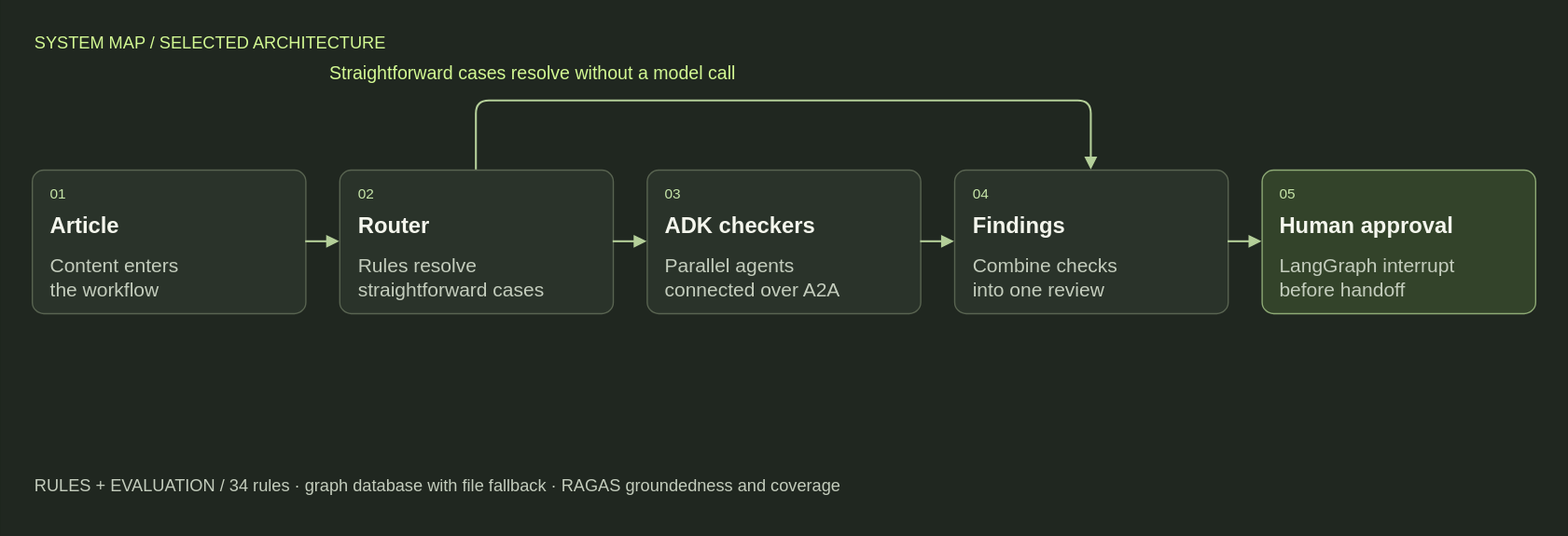
This is images/agents/review-technical.svg from youngfreezy/youngfreezy.github.io, a draw.io export, as it was before one commit. Source tidied: cells renumbered, new cells last; positions are measured from the earlier drawing's top-left corner, leaving out a move shared by most shapes. Its diagram source:
```xml
<mxGraphModel background="#202720">
  <root>
    <mxCell id="0" />
    <mxCell id="1" parent="0" />
    <mxCell id="2" style="html=1;fontFamily=Helvetica;fontColor=#f4f6ed;strokeColor=none;fillColor=#202720;" parent="1" vertex="1">
      <mxGeometry width="1200" height="410" as="geometry" />
    </mxCell>
    <mxCell id="3" value="SYSTEM MAP  /  SELECTED ARCHITECTURE" style="html=1;fontFamily=Helvetica;fontColor=#f4f6ed;text;whiteSpace=wrap;strokeColor=none;fillColor=none;align=left;verticalAlign=middle;fontSize=13;fontColor=#d3f993;fontStyle=0;" parent="1" vertex="1">
      <mxGeometry x="24" y="18" width="1152" height="28" as="geometry" />
    </mxCell>
    <mxCell id="4" style="html=1;fontFamily=Helvetica;fontColor=#f4f6ed;rounded=1;arcSize=8;fillColor=#2a332a;strokeColor=#596451;strokeWidth=1;" parent="1" vertex="1">
      <mxGeometry x="24" y="130" width="209.6" height="110" as="geometry" />
    </mxCell>
    <mxCell id="5" value="01" style="html=1;fontFamily=Helvetica;fontColor=#f4f6ed;text;whiteSpace=wrap;strokeColor=none;fillColor=none;align=left;verticalAlign=middle;fontSize=11;fontColor=#c7e6a9;fontStyle=0;" parent="4" vertex="1">
      <mxGeometry x="12" y="8" width="30" height="20" as="geometry" />
    </mxCell>
    <mxCell id="6" value="Article" style="html=1;fontFamily=Helvetica;fontColor=#f4f6ed;text;whiteSpace=wrap;strokeColor=none;fillColor=none;align=left;verticalAlign=middle;fontSize=17;fontColor=#f4f6ed;fontStyle=1;" parent="4" vertex="1">
      <mxGeometry x="12" y="31" width="185.6" height="26" as="geometry" />
    </mxCell>
    <mxCell id="7" value="Content enters&#10;the workflow" style="html=1;fontFamily=Helvetica;fontColor=#f4f6ed;text;whiteSpace=wrap;strokeColor=none;fillColor=none;align=left;verticalAlign=middle;fontSize=15;fontColor=#c4cdbd;fontStyle=0;" parent="4" vertex="1">
      <mxGeometry x="12" y="62" width="185.6" height="40" as="geometry" />
    </mxCell>
    <mxCell id="8" style="html=1;fontFamily=Helvetica;fontColor=#f4f6ed;rounded=1;arcSize=8;fillColor=#2a332a;strokeColor=#596451;strokeWidth=1;" parent="1" vertex="1">
      <mxGeometry x="259.6" y="130" width="209.6" height="110" as="geometry" />
    </mxCell>
    <mxCell id="9" value="02" style="html=1;fontFamily=Helvetica;fontColor=#f4f6ed;text;whiteSpace=wrap;strokeColor=none;fillColor=none;align=left;verticalAlign=middle;fontSize=11;fontColor=#c7e6a9;fontStyle=0;" parent="8" vertex="1">
      <mxGeometry x="12" y="8" width="30" height="20" as="geometry" />
    </mxCell>
    <mxCell id="10" value="Router" style="html=1;fontFamily=Helvetica;fontColor=#f4f6ed;text;whiteSpace=wrap;strokeColor=none;fillColor=none;align=left;verticalAlign=middle;fontSize=17;fontColor=#f4f6ed;fontStyle=1;" parent="8" vertex="1">
      <mxGeometry x="12" y="31" width="185.6" height="26" as="geometry" />
    </mxCell>
    <mxCell id="11" value="Rules resolve&#10;straightforward cases" style="html=1;fontFamily=Helvetica;fontColor=#f4f6ed;text;whiteSpace=wrap;strokeColor=none;fillColor=none;align=left;verticalAlign=middle;fontSize=15;fontColor=#c4cdbd;fontStyle=0;" parent="8" vertex="1">
      <mxGeometry x="12" y="62" width="185.6" height="40" as="geometry" />
    </mxCell>
    <mxCell id="12" style="html=1;fontFamily=Helvetica;fontColor=#f4f6ed;rounded=1;arcSize=8;fillColor=#2a332a;strokeColor=#596451;strokeWidth=1;" parent="1" vertex="1">
      <mxGeometry x="495.2" y="130" width="209.6" height="110" as="geometry" />
    </mxCell>
    <mxCell id="13" value="03" style="html=1;fontFamily=Helvetica;fontColor=#f4f6ed;text;whiteSpace=wrap;strokeColor=none;fillColor=none;align=left;verticalAlign=middle;fontSize=11;fontColor=#c7e6a9;fontStyle=0;" parent="12" vertex="1">
      <mxGeometry x="12" y="8" width="30" height="20" as="geometry" />
    </mxCell>
    <mxCell id="14" value="ADK checkers" style="html=1;fontFamily=Helvetica;fontColor=#f4f6ed;text;whiteSpace=wrap;strokeColor=none;fillColor=none;align=left;verticalAlign=middle;fontSize=17;fontColor=#f4f6ed;fontStyle=1;" parent="12" vertex="1">
      <mxGeometry x="12" y="31" width="185.6" height="26" as="geometry" />
    </mxCell>
    <mxCell id="15" value="Parallel agents&#10;connected over A2A" style="html=1;fontFamily=Helvetica;fontColor=#f4f6ed;text;whiteSpace=wrap;strokeColor=none;fillColor=none;align=left;verticalAlign=middle;fontSize=15;fontColor=#c4cdbd;fontStyle=0;" parent="12" vertex="1">
      <mxGeometry x="12" y="62" width="185.6" height="40" as="geometry" />
    </mxCell>
    <mxCell id="16" style="html=1;fontFamily=Helvetica;fontColor=#f4f6ed;rounded=1;arcSize=8;fillColor=#2a332a;strokeColor=#596451;strokeWidth=1;" parent="1" vertex="1">
      <mxGeometry x="730.8" y="130" width="209.6" height="110" as="geometry" />
    </mxCell>
    <mxCell id="17" value="04" style="html=1;fontFamily=Helvetica;fontColor=#f4f6ed;text;whiteSpace=wrap;strokeColor=none;fillColor=none;align=left;verticalAlign=middle;fontSize=11;fontColor=#c7e6a9;fontStyle=0;" parent="16" vertex="1">
      <mxGeometry x="12" y="8" width="30" height="20" as="geometry" />
    </mxCell>
    <mxCell id="18" value="Findings" style="html=1;fontFamily=Helvetica;fontColor=#f4f6ed;text;whiteSpace=wrap;strokeColor=none;fillColor=none;align=left;verticalAlign=middle;fontSize=17;fontColor=#f4f6ed;fontStyle=1;" parent="16" vertex="1">
      <mxGeometry x="12" y="31" width="185.6" height="26" as="geometry" />
    </mxCell>
    <mxCell id="19" value="Combine checks&#10;into one review" style="html=1;fontFamily=Helvetica;fontColor=#f4f6ed;text;whiteSpace=wrap;strokeColor=none;fillColor=none;align=left;verticalAlign=middle;fontSize=15;fontColor=#c4cdbd;fontStyle=0;" parent="16" vertex="1">
      <mxGeometry x="12" y="62" width="185.6" height="40" as="geometry" />
    </mxCell>
    <mxCell id="20" style="html=1;fontFamily=Helvetica;fontColor=#f4f6ed;rounded=1;arcSize=8;fillColor=#33432a;strokeColor=#8eaa75;strokeWidth=1;" parent="1" vertex="1">
      <mxGeometry x="966.4" y="130" width="209.6" height="110" as="geometry" />
    </mxCell>
    <mxCell id="21" value="05" style="html=1;fontFamily=Helvetica;fontColor=#f4f6ed;text;whiteSpace=wrap;strokeColor=none;fillColor=none;align=left;verticalAlign=middle;fontSize=11;fontColor=#c7e6a9;fontStyle=0;" parent="20" vertex="1">
      <mxGeometry x="12" y="8" width="30" height="20" as="geometry" />
    </mxCell>
    <mxCell id="22" value="Human approval" style="html=1;fontFamily=Helvetica;fontColor=#f4f6ed;text;whiteSpace=wrap;strokeColor=none;fillColor=none;align=left;verticalAlign=middle;fontSize=17;fontColor=#f4f6ed;fontStyle=1;" parent="20" vertex="1">
      <mxGeometry x="12" y="31" width="185.6" height="26" as="geometry" />
    </mxCell>
    <mxCell id="23" value="LangGraph interrupt&#10;before handoff" style="html=1;fontFamily=Helvetica;fontColor=#f4f6ed;text;whiteSpace=wrap;strokeColor=none;fillColor=none;align=left;verticalAlign=middle;fontSize=15;fontColor=#c4cdbd;fontStyle=0;" parent="20" vertex="1">
      <mxGeometry x="12" y="62" width="185.6" height="40" as="geometry" />
    </mxCell>
    <mxCell id="24" style="edgeStyle=orthogonalEdgeStyle;rounded=1;jettySize=auto;strokeColor=#b4cf99;strokeWidth=1.5;endArrow=block;endFill=1;exitX=1;exitY=.5;entryX=0;entryY=.5;" parent="1" edge="1" source="4" target="8">
      <mxGeometry relative="1" as="geometry" />
    </mxCell>
    <mxCell id="25" style="edgeStyle=orthogonalEdgeStyle;rounded=1;jettySize=auto;strokeColor=#b4cf99;strokeWidth=1.5;endArrow=block;endFill=1;exitX=1;exitY=.5;entryX=0;entryY=.5;" parent="1" edge="1" source="8" target="12">
      <mxGeometry relative="1" as="geometry" />
    </mxCell>
    <mxCell id="26" style="edgeStyle=orthogonalEdgeStyle;rounded=1;jettySize=auto;strokeColor=#b4cf99;strokeWidth=1.5;endArrow=block;endFill=1;exitX=1;exitY=.5;entryX=0;entryY=.5;" parent="1" edge="1" source="12" target="16">
      <mxGeometry relative="1" as="geometry" />
    </mxCell>
    <mxCell id="27" style="edgeStyle=orthogonalEdgeStyle;rounded=1;jettySize=auto;strokeColor=#b4cf99;strokeWidth=1.5;endArrow=block;endFill=1;exitX=1;exitY=.5;entryX=0;entryY=.5;" parent="1" edge="1" source="16" target="20">
      <mxGeometry relative="1" as="geometry" />
    </mxCell>
    <mxCell id="28" style="edgeStyle=orthogonalEdgeStyle;rounded=1;jettySize=auto;strokeColor=#b4cf99;strokeWidth=1.5;endArrow=block;endFill=1;exitX=.5;exitY=0;entryX=.5;entryY=0;" parent="1" edge="1" source="8" target="16">
      <mxGeometry relative="1" as="geometry">
        <Array as="points">
          <mxPoint x="364.4" y="77" />
          <mxPoint x="835.6" y="77" />
        </Array>
      </mxGeometry>
    </mxCell>
    <mxCell id="29" value="Straightforward cases resolve without a model call" style="html=1;fontFamily=Helvetica;fontColor=#f4f6ed;text;whiteSpace=wrap;strokeColor=none;fillColor=none;align=left;verticalAlign=middle;fontSize=14;fontColor=#d3f993;fontStyle=0;" parent="1" vertex="1">
      <mxGeometry x="250" y="43" width="700" height="26" as="geometry" />
    </mxCell>
    <mxCell id="30" value="RULES + EVALUATION  /  34 rules · graph database with file fallback · RAGAS groundedness and coverage" style="html=1;fontFamily=Helvetica;fontColor=#f4f6ed;text;whiteSpace=wrap;strokeColor=none;fillColor=none;align=left;verticalAlign=middle;fontSize=13;fontColor=#c4cdbd;fontStyle=0;" parent="1" vertex="1">
      <mxGeometry x="24" y="350" width="1152" height="44" as="geometry" />
    </mxCell>
  </root>
</mxGraphModel>
```
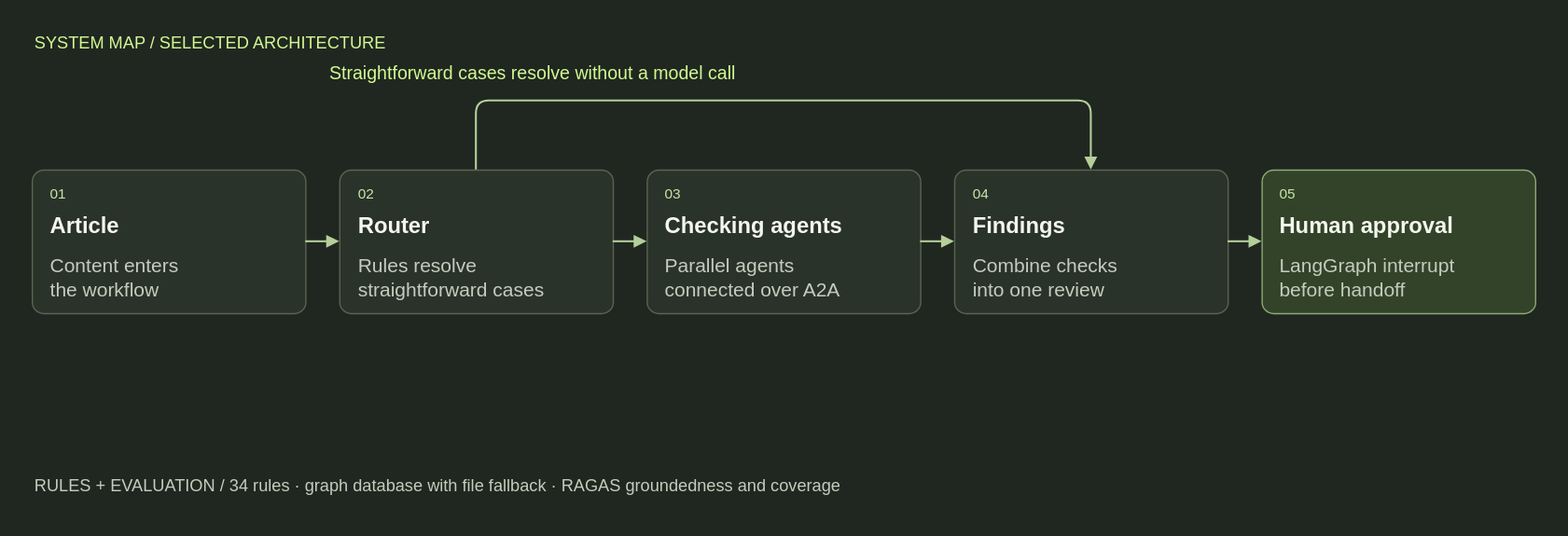
Later version of the same file.

Change to the diagram source:
```diff
@@ -38,7 +38,7 @@
     <mxCell id="13" value="03" style="html=1;fontFamily=Helvetica;fontColor=#f4f6ed;text;whiteSpace=wrap;strokeColor=none;fillColor=none;align=left;verticalAlign=middle;fontSize=11;fontColor=#c7e6a9;fontStyle=0;" parent="12" vertex="1">
       <mxGeometry x="12" y="8" width="30" height="20" as="geometry" />
     </mxCell>
-    <mxCell id="14" value="ADK checkers" style="html=1;fontFamily=Helvetica;fontColor=#f4f6ed;text;whiteSpace=wrap;strokeColor=none;fillColor=none;align=left;verticalAlign=middle;fontSize=17;fontColor=#f4f6ed;fontStyle=1;" parent="12" vertex="1">
+    <mxCell id="14" value="Checking agents" style="html=1;fontFamily=Helvetica;fontColor=#f4f6ed;text;whiteSpace=wrap;strokeColor=none;fillColor=none;align=left;verticalAlign=middle;fontSize=17;fontColor=#f4f6ed;fontStyle=1;" parent="12" vertex="1">
       <mxGeometry x="12" y="31" width="185.6" height="26" as="geometry" />
     </mxCell>
     <mxCell id="15" value="Parallel agents&#10;connected over A2A" style="html=1;fontFamily=Helvetica;fontColor=#f4f6ed;text;whiteSpace=wrap;strokeColor=none;fillColor=none;align=left;verticalAlign=middle;fontSize=15;fontColor=#c4cdbd;fontStyle=0;" parent="12" vertex="1">
```
